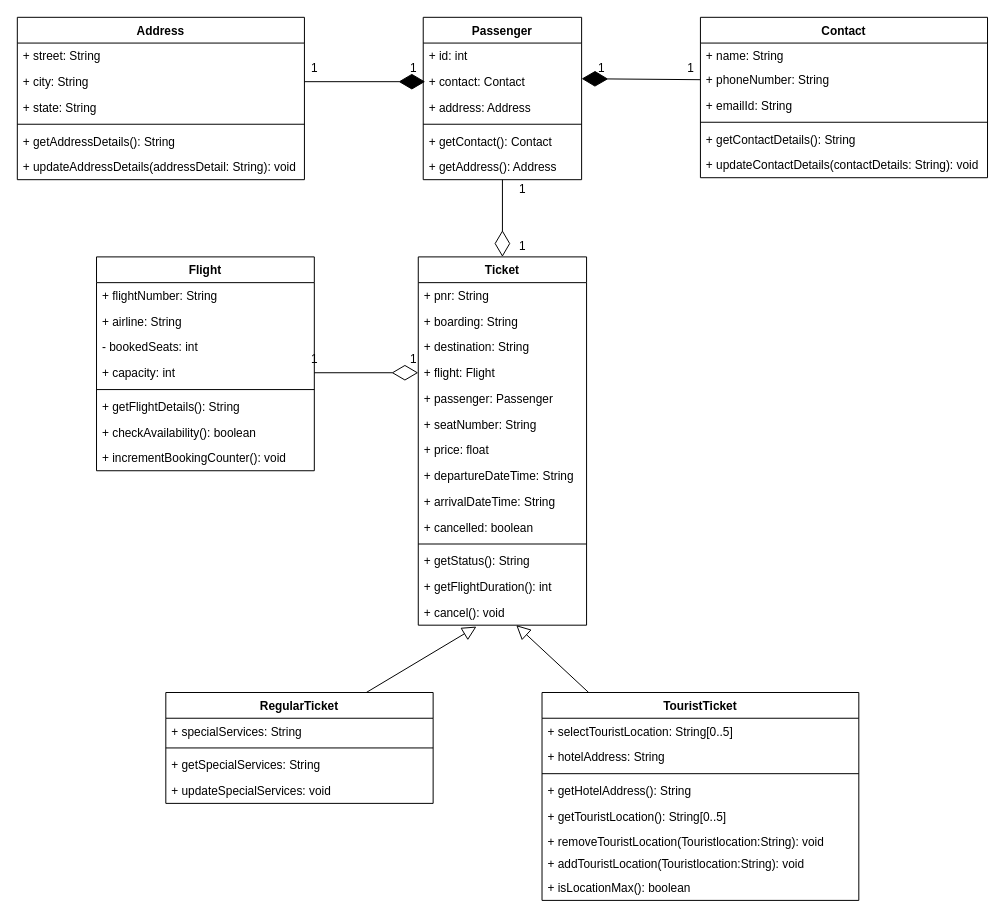
Earlier version of the draw.io diagram FRS.drawio (KrishnaKiranaM/Flight-Reservation-System). Source tidied: cells renumbered, new cells numbered last; positions are measured from the earlier drawing's top-left corner, leaving out a move shared by most shapes. Both pictures are drawn from the tidied source at 99%, with x=0, y=0 at pixel (17, 17).
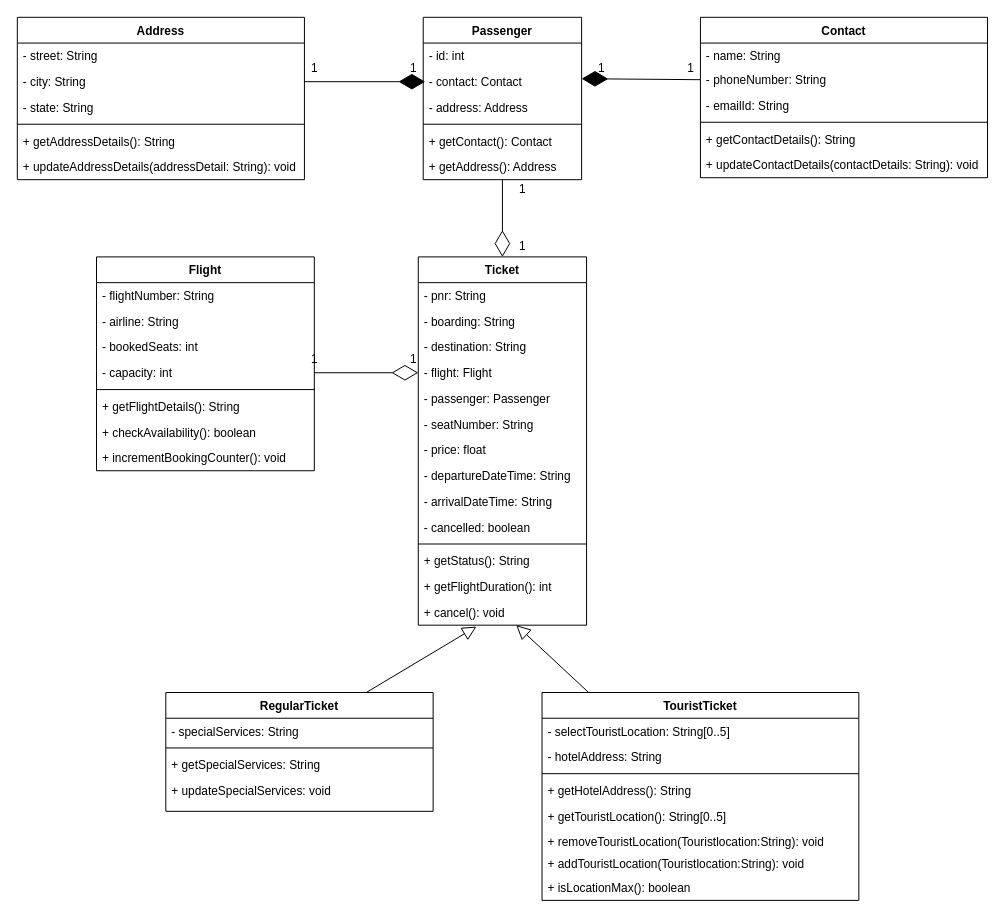
Above is the later version.

Unchanged cells that the change refers to:
```xml
<mxCell id="2" value="Address" style="swimlane;fontStyle=1;align=center;verticalAlign=top;horizontal=1;startSize=26;" parent="1" vertex="1">
  <mxGeometry width="290" height="164" as="geometry" />
</mxCell>
<mxCell id="9" value="Flight" style="swimlane;fontStyle=1;align=center;verticalAlign=top;horizontal=1;startSize=26;" parent="1" vertex="1">
  <mxGeometry x="80" y="242" width="220" height="216" as="geometry" />
</mxCell>
<mxCell id="18" value="Passenger" style="swimlane;fontStyle=1;align=center;verticalAlign=top;horizontal=1;startSize=26;" parent="1" vertex="1">
  <mxGeometry x="410" width="160" height="164" as="geometry" />
</mxCell>
<mxCell id="25" value="Contact" style="swimlane;fontStyle=1;align=center;verticalAlign=top;horizontal=1;startSize=26;" parent="1" vertex="1">
  <mxGeometry x="690" width="290" height="162" as="geometry" />
</mxCell>
<mxCell id="32" value="Ticket" style="swimlane;fontStyle=1;align=center;verticalAlign=top;horizontal=1;startSize=26;" parent="1" vertex="1">
  <mxGeometry x="405" y="242" width="170" height="372" as="geometry" />
</mxCell>
<mxCell id="52" value="TouristTicket" style="swimlane;fontStyle=1;align=center;verticalAlign=top;horizontal=1;startSize=26;" parent="1" vertex="1">
  <mxGeometry x="530" y="682" width="320" height="210" as="geometry" />
</mxCell>
```

What changed in the source:
```diff
@@
-    <mxCell id="3" value="+ street: String&#10;" style="text;strokeColor=none;fillColor=none;align=left;verticalAlign=top;spacingLeft=4;spacingRight=4;overflow=hidden;" parent="2" vertex="1">
+    <mxCell id="3" value="- street: String&#10;" style="text;strokeColor=none;fillColor=none;align=left;verticalAlign=top;spacingLeft=4;spacingRight=4;overflow=hidden;" parent="2" vertex="1">
       <mxGeometry y="26" width="290" height="26" as="geometry" />
     </mxCell>
-    <mxCell id="4" value="+ city: String" style="text;strokeColor=none;fillColor=none;align=left;verticalAlign=top;spacingLeft=4;spacingRight=4;overflow=hidden;points=[[0,0.5],[1,0.5]];portConstraint=eastwest;" parent="2" vertex="1">
+    <mxCell id="4" value="- city: String" style="text;strokeColor=none;fillColor=none;align=left;verticalAlign=top;spacingLeft=4;spacingRight=4;overflow=hidden;points=[[0,0.5],[1,0.5]];portConstraint=eastwest;" parent="2" vertex="1">
       <mxGeometry y="52" width="290" height="26" as="geometry" />
     </mxCell>
-    <mxCell id="5" value="+ state: String" style="text;strokeColor=none;fillColor=none;align=left;verticalAlign=top;spacingLeft=4;spacingRight=4;overflow=hidden;" parent="2" vertex="1">
+    <mxCell id="5" value="- state: String" style="text;strokeColor=none;fillColor=none;align=left;verticalAlign=top;spacingLeft=4;spacingRight=4;overflow=hidden;" parent="2" vertex="1">
       <mxGeometry y="78" width="290" height="26" as="geometry" />
     </mxCell>
@@
-    <mxCell id="10" value="+ flightNumber: String" style="text;strokeColor=none;fillColor=none;align=left;verticalAlign=top;spacingLeft=4;spacingRight=4;overflow=hidden;" parent="9" vertex="1">
+    <mxCell id="10" value="- flightNumber: String" style="text;strokeColor=none;fillColor=none;align=left;verticalAlign=top;spacingLeft=4;spacingRight=4;overflow=hidden;" parent="9" vertex="1">
       <mxGeometry y="26" width="220" height="26" as="geometry" />
     </mxCell>
-    <mxCell id="11" value="+ airline: String" style="text;strokeColor=none;fillColor=none;align=left;verticalAlign=top;spacingLeft=4;spacingRight=4;overflow=hidden;" parent="9" vertex="1">
+    <mxCell id="11" value="- airline: String" style="text;strokeColor=none;fillColor=none;align=left;verticalAlign=top;spacingLeft=4;spacingRight=4;overflow=hidden;" parent="9" vertex="1">
       <mxGeometry y="52" width="220" height="26" as="geometry" />
     </mxCell>
@@
-    <mxCell id="13" value="+ capacity: int" style="text;strokeColor=none;fillColor=none;align=left;verticalAlign=top;spacingLeft=4;spacingRight=4;overflow=hidden;points=[[0,0.5],[1,0.5]];portConstraint=eastwest;" parent="9" vertex="1">
+    <mxCell id="13" value="- capacity: int" style="text;strokeColor=none;fillColor=none;align=left;verticalAlign=top;spacingLeft=4;spacingRight=4;overflow=hidden;points=[[0,0.5],[1,0.5]];portConstraint=eastwest;" parent="9" vertex="1">
       <mxGeometry y="104" width="220" height="26" as="geometry" />
     </mxCell>
@@
-    <mxCell id="19" value="+ id: int" style="text;strokeColor=none;fillColor=none;align=left;verticalAlign=top;spacingLeft=4;spacingRight=4;overflow=hidden;" parent="18" vertex="1">
+    <mxCell id="19" value="- id: int" style="text;strokeColor=none;fillColor=none;align=left;verticalAlign=top;spacingLeft=4;spacingRight=4;overflow=hidden;" parent="18" vertex="1">
       <mxGeometry y="26" width="160" height="26" as="geometry" />
     </mxCell>
-    <mxCell id="20" value="+ contact: Contact" style="text;strokeColor=none;fillColor=none;align=left;verticalAlign=top;spacingLeft=4;spacingRight=4;overflow=hidden;" parent="18" vertex="1">
+    <mxCell id="20" value="- contact: Contact" style="text;strokeColor=none;fillColor=none;align=left;verticalAlign=top;spacingLeft=4;spacingRight=4;overflow=hidden;" parent="18" vertex="1">
       <mxGeometry y="52" width="160" height="26" as="geometry" />
     </mxCell>
-    <mxCell id="21" value="+ address: Address" style="text;strokeColor=none;fillColor=none;align=left;verticalAlign=top;spacingLeft=4;spacingRight=4;overflow=hidden;" parent="18" vertex="1">
+    <mxCell id="21" value="- address: Address" style="text;strokeColor=none;fillColor=none;align=left;verticalAlign=top;spacingLeft=4;spacingRight=4;overflow=hidden;" parent="18" vertex="1">
       <mxGeometry y="78" width="160" height="26" as="geometry" />
     </mxCell>
@@
-    <mxCell id="26" value="+ name: String" style="text;strokeColor=none;fillColor=none;align=left;verticalAlign=top;spacingLeft=4;spacingRight=4;overflow=hidden;" parent="25" vertex="1">
+    <mxCell id="26" value="- name: String" style="text;strokeColor=none;fillColor=none;align=left;verticalAlign=top;spacingLeft=4;spacingRight=4;overflow=hidden;" parent="25" vertex="1">
       <mxGeometry y="26" width="290" height="24" as="geometry" />
     </mxCell>
-    <mxCell id="27" value="+ phoneNumber: String" style="text;strokeColor=none;fillColor=none;align=left;verticalAlign=top;spacingLeft=4;spacingRight=4;overflow=hidden;points=[[0,0.5],[1,0.5]];portConstraint=eastwest;" parent="25" vertex="1">
+    <mxCell id="27" value="- phoneNumber: String" style="text;strokeColor=none;fillColor=none;align=left;verticalAlign=top;spacingLeft=4;spacingRight=4;overflow=hidden;points=[[0,0.5],[1,0.5]];portConstraint=eastwest;" parent="25" vertex="1">
       <mxGeometry y="50" width="290" height="26" as="geometry" />
     </mxCell>
-    <mxCell id="28" value="+ emailId: String" style="text;strokeColor=none;fillColor=none;align=left;verticalAlign=top;spacingLeft=4;spacingRight=4;overflow=hidden;" parent="25" vertex="1">
+    <mxCell id="28" value="- emailId: String" style="text;strokeColor=none;fillColor=none;align=left;verticalAlign=top;spacingLeft=4;spacingRight=4;overflow=hidden;" parent="25" vertex="1">
       <mxGeometry y="76" width="290" height="26" as="geometry" />
     </mxCell>
@@
-    <mxCell id="33" value="+ pnr: String" style="text;strokeColor=none;fillColor=none;align=left;verticalAlign=top;spacingLeft=4;spacingRight=4;overflow=hidden;" parent="32" vertex="1">
+    <mxCell id="33" value="- pnr: String" style="text;strokeColor=none;fillColor=none;align=left;verticalAlign=top;spacingLeft=4;spacingRight=4;overflow=hidden;" parent="32" vertex="1">
       <mxGeometry y="26" width="170" height="26" as="geometry" />
     </mxCell>
-    <mxCell id="34" value="+ boarding: String" style="text;strokeColor=none;fillColor=none;align=left;verticalAlign=top;spacingLeft=4;spacingRight=4;overflow=hidden;" parent="32" vertex="1">
+    <mxCell id="34" value="- boarding: String" style="text;strokeColor=none;fillColor=none;align=left;verticalAlign=top;spacingLeft=4;spacingRight=4;overflow=hidden;" parent="32" vertex="1">
       <mxGeometry y="52" width="170" height="26" as="geometry" />
     </mxCell>
-    <mxCell id="35" value="+ destination: String" style="text;strokeColor=none;fillColor=none;align=left;verticalAlign=top;spacingLeft=4;spacingRight=4;overflow=hidden;" parent="32" vertex="1">
+    <mxCell id="35" value="- destination: String" style="text;strokeColor=none;fillColor=none;align=left;verticalAlign=top;spacingLeft=4;spacingRight=4;overflow=hidden;" parent="32" vertex="1">
       <mxGeometry y="78" width="170" height="26" as="geometry" />
     </mxCell>
-    <mxCell id="36" value="+ flight: Flight" style="text;strokeColor=none;fillColor=none;align=left;verticalAlign=top;spacingLeft=4;spacingRight=4;overflow=hidden;points=[[0,0.5],[1,0.5]];portConstraint=eastwest;" parent="32" vertex="1">
+    <mxCell id="36" value="- flight: Flight" style="text;strokeColor=none;fillColor=none;align=left;verticalAlign=top;spacingLeft=4;spacingRight=4;overflow=hidden;points=[[0,0.5],[1,0.5]];portConstraint=eastwest;" parent="32" vertex="1">
       <mxGeometry y="104" width="170" height="26" as="geometry" />
     </mxCell>
-    <mxCell id="37" value="+ passenger: Passenger" style="text;strokeColor=none;fillColor=none;align=left;verticalAlign=top;spacingLeft=4;spacingRight=4;overflow=hidden;" parent="32" vertex="1">
+    <mxCell id="37" value="- passenger: Passenger" style="text;strokeColor=none;fillColor=none;align=left;verticalAlign=top;spacingLeft=4;spacingRight=4;overflow=hidden;" parent="32" vertex="1">
       <mxGeometry y="130" width="170" height="26" as="geometry" />
     </mxCell>
-    <mxCell id="38" value="+ seatNumber: String" style="text;strokeColor=none;fillColor=none;align=left;verticalAlign=top;spacingLeft=4;spacingRight=4;overflow=hidden;" parent="32" vertex="1">
+    <mxCell id="38" value="- seatNumber: String" style="text;strokeColor=none;fillColor=none;align=left;verticalAlign=top;spacingLeft=4;spacingRight=4;overflow=hidden;" parent="32" vertex="1">
       <mxGeometry y="156" width="170" height="26" as="geometry" />
     </mxCell>
-    <mxCell id="39" value="+ price: float" style="text;strokeColor=none;fillColor=none;align=left;verticalAlign=top;spacingLeft=4;spacingRight=4;overflow=hidden;" parent="32" vertex="1">
+    <mxCell id="39" value="- price: float" style="text;strokeColor=none;fillColor=none;align=left;verticalAlign=top;spacingLeft=4;spacingRight=4;overflow=hidden;" parent="32" vertex="1">
       <mxGeometry y="182" width="170" height="26" as="geometry" />
     </mxCell>
-    <mxCell id="40" value="+ departureDateTime: String" style="text;strokeColor=none;fillColor=none;align=left;verticalAlign=top;spacingLeft=4;spacingRight=4;overflow=hidden;" parent="32" vertex="1">
+    <mxCell id="40" value="- departureDateTime: String" style="text;strokeColor=none;fillColor=none;align=left;verticalAlign=top;spacingLeft=4;spacingRight=4;overflow=hidden;" parent="32" vertex="1">
       <mxGeometry y="208" width="170" height="26" as="geometry" />
     </mxCell>
-    <mxCell id="41" value="+ arrivalDateTime: String" style="text;strokeColor=none;fillColor=none;align=left;verticalAlign=top;spacingLeft=4;spacingRight=4;overflow=hidden;" parent="32" vertex="1">
+    <mxCell id="41" value="- arrivalDateTime: String" style="text;strokeColor=none;fillColor=none;align=left;verticalAlign=top;spacingLeft=4;spacingRight=4;overflow=hidden;" parent="32" vertex="1">
       <mxGeometry y="234" width="170" height="26" as="geometry" />
     </mxCell>
-    <mxCell id="42" value="+ cancelled: boolean" style="text;strokeColor=none;fillColor=none;align=left;verticalAlign=top;spacingLeft=4;spacingRight=4;overflow=hidden;" parent="32" vertex="1">
+    <mxCell id="42" value="- cancelled: boolean" style="text;strokeColor=none;fillColor=none;align=left;verticalAlign=top;spacingLeft=4;spacingRight=4;overflow=hidden;" parent="32" vertex="1">
       <mxGeometry y="260" width="170" height="26" as="geometry" />
     </mxCell>
@@
     <mxCell id="47" value="RegularTicket" style="swimlane;fontStyle=1;align=center;verticalAlign=top;horizontal=1;startSize=26;" parent="1" vertex="1">
-      <mxGeometry x="150" y="682" width="270" height="112" as="geometry" />
+      <mxGeometry x="150" y="682" width="270" height="120" as="geometry" />
     </mxCell>
-    <mxCell id="48" value="+ specialServices: String" style="text;strokeColor=none;fillColor=none;align=left;verticalAlign=top;spacingLeft=4;spacingRight=4;overflow=hidden;" parent="47" vertex="1">
+    <mxCell id="48" value="- specialServices: String" style="text;strokeColor=none;fillColor=none;align=left;verticalAlign=top;spacingLeft=4;spacingRight=4;overflow=hidden;" parent="47" vertex="1">
       <mxGeometry y="26" width="270" height="26" as="geometry" />
     </mxCell>
@@
     <mxCell id="51" value="+ updateSpecialServices: void" style="text;strokeColor=none;fillColor=none;align=left;verticalAlign=top;spacingLeft=4;spacingRight=4;overflow=hidden;" parent="47" vertex="1">
-      <mxGeometry y="86" width="270" height="26" as="geometry" />
+      <mxGeometry y="86" width="270" height="34" as="geometry" />
     </mxCell>
@@
-    <mxCell id="53" value="+ selectTouristLocation: String[0..5]" style="text;strokeColor=none;fillColor=none;align=left;verticalAlign=top;spacingLeft=4;spacingRight=4;overflow=hidden;" parent="52" vertex="1">
+    <mxCell id="53" value="- selectTouristLocation: String[0..5]" style="text;strokeColor=none;fillColor=none;align=left;verticalAlign=top;spacingLeft=4;spacingRight=4;overflow=hidden;" parent="52" vertex="1">
       <mxGeometry y="26" width="320" height="26" as="geometry" />
     </mxCell>
-    <mxCell id="54" value="+ hotelAddress: String" style="text;strokeColor=none;fillColor=none;align=left;verticalAlign=top;spacingLeft=4;spacingRight=4;overflow=hidden;" parent="52" vertex="1">
+    <mxCell id="54" value="- hotelAddress: String" style="text;strokeColor=none;fillColor=none;align=left;verticalAlign=top;spacingLeft=4;spacingRight=4;overflow=hidden;" parent="52" vertex="1">
       <mxGeometry y="52" width="320" height="26" as="geometry" />
     </mxCell>
```
